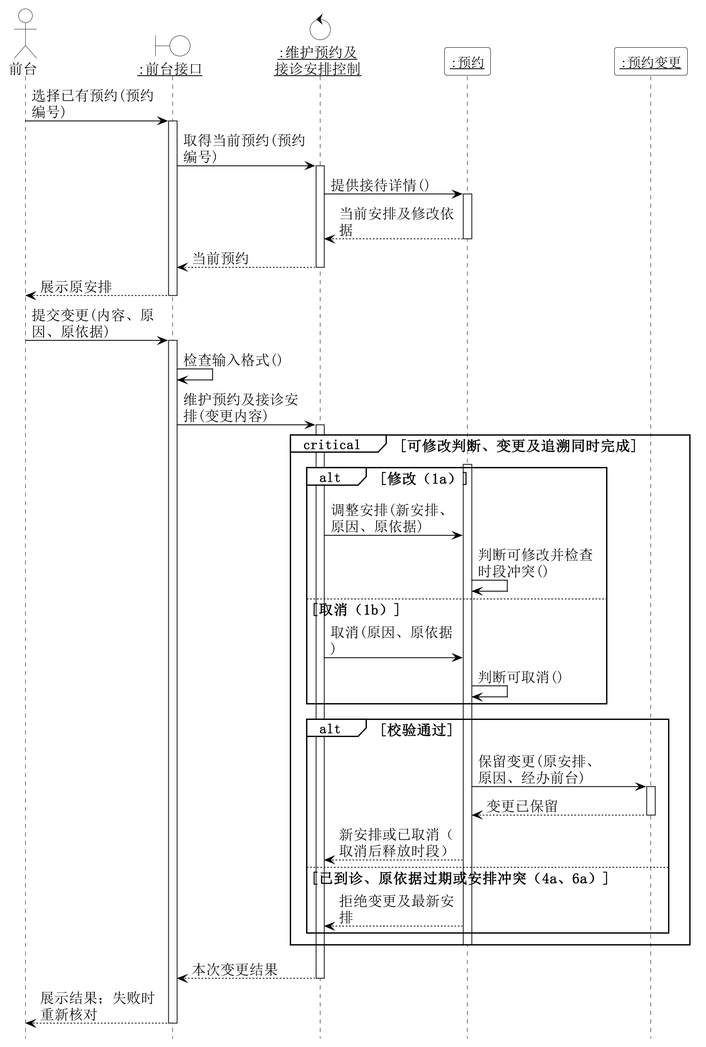
Earlier version of the PlantUML export 01-需求文档/diagrams/13-01a-analysis-sequence.png (Shawmc-creator/systemAnalyseAndDesign). The source it was exported from:
```plantuml
@startuml
hide footbox
skinparam backgroundColor white
skinparam shadowing false
skinparam defaultFontName SimSun
skinparam defaultFontSize 17
skinparam dpi 200
skinparam maxMessageSize 150
skinparam sequence {
 ArrowColor black
 ArrowFontSize 17
 LifeLineBorderColor black
 LifeLineBackgroundColor white
 ParticipantBorderColor black
 ParticipantBackgroundColor white
 GroupBorderColor black
 GroupBackgroundColor white
 GroupHeaderFontSize 16
 ParticipantFontSize 16
 ReferenceBackgroundColor white
 ReferenceBorderColor black
}
skinparam NoteBackgroundColor white
skinparam NoteBorderColor black
actor "前台" as A #white
boundary "<u>:前台接口</u>" as B #white
control "<u>:维护预约及</u>\n<u>接诊安排控制</u>" as K #white
participant "<u>:预约</u>" as R
participant "<u>:预约变更</u>" as H
A -> B : 选择已有预约(预约编号)
activate B
B -> K : 取得当前预约(预约编号)
activate K
K -> R : 提供接待详情()
activate R
R --> K : 当前安排及修改依据
deactivate R
K --> B : 当前预约
deactivate K
B --> A : 展示原安排
deactivate B
A -> B : 提交变更(内容、原因、原依据)
activate B
B -> B : 检查输入格式()
B -> K : 维护预约及接诊安排(变更内容)
activate K
critical 可修改判断、变更及追溯同时完成
activate R
alt 修改（1a）
K -> R : 调整安排(新安排、原因、原依据)
R -> R : 判断可修改并检查时段冲突()
else 取消（1b）
K -> R : 取消(原因、原依据)
R -> R : 判断可取消()
end
alt 校验通过
R -> H : 保留变更(原安排、原因、经办前台)
activate H
H --> R : 变更已保留
deactivate H
R --> K : 新安排或已取消（取消后释放时段）
else 已到诊、原依据过期或安排冲突（4a、6a）
R --> K : 拒绝变更及最新安排
end
deactivate R
end
K --> B : 本次变更结果
deactivate K
B --> A : 展示结果；失败时重新核对
deactivate B
@enduml
```
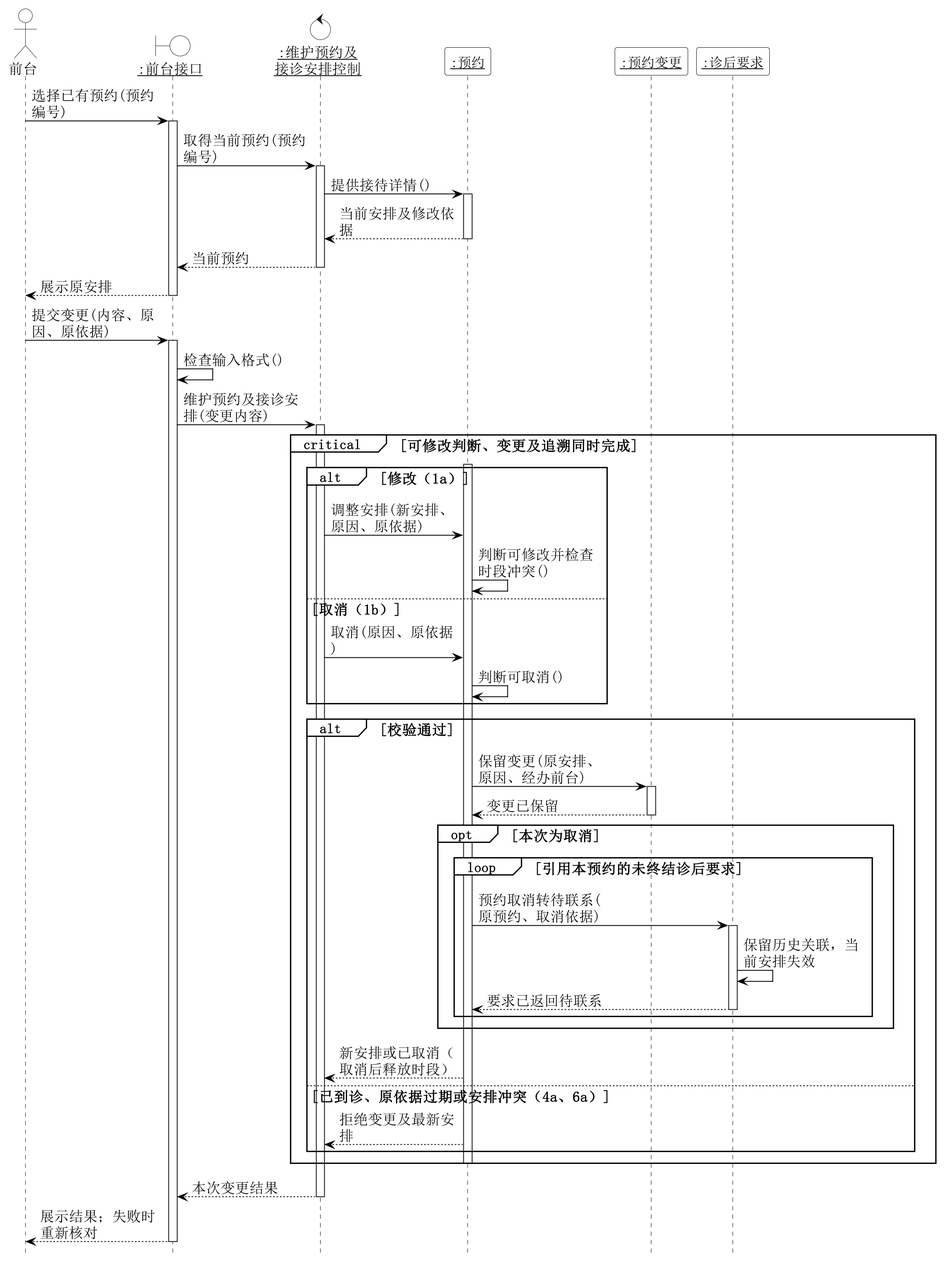
After the commit.

The edit, as a diff of the source:
```diff
@@ -27,6 +27,7 @@
 control "<u>:维护预约及</u>\n<u>接诊安排控制</u>" as K #white
 participant "<u>:预约</u>" as R
 participant "<u>:预约变更</u>" as H
+participant "<u>:诊后要求</u>" as Q
 A -> B : 选择已有预约(预约编号)
 activate B
 B -> K : 取得当前预约(预约编号)
@@ -58,6 +59,15 @@
 activate H
 H --> R : 变更已保留
 deactivate H
+opt 本次为取消
+ loop 引用本预约的未终结诊后要求
+  R -> Q : 预约取消转待联系(原预约、取消依据)
+  activate Q
+  Q -> Q : 保留历史关联，当前安排失效
+  Q --> R : 要求已返回待联系
+  deactivate Q
+ end
+end
 R --> K : 新安排或已取消（取消后释放时段）
 else 已到诊、原依据过期或安排冲突（4a、6a）
 R --> K : 拒绝变更及最新安排
```
